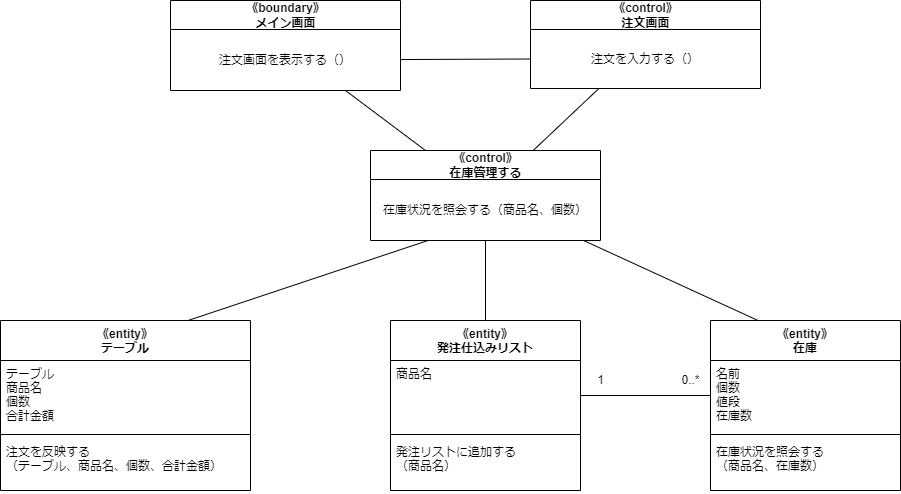
The draw.io diagram psp4/分析モデルのクラス図/分析モデルクラス図_オーダー.drawio.png in MasakiHiguchi/---, before a commit. Source tidied: cells renumbered, new cells last; positions are measured from the earlier drawing's top-left corner, leaving out a move shared by most shapes.
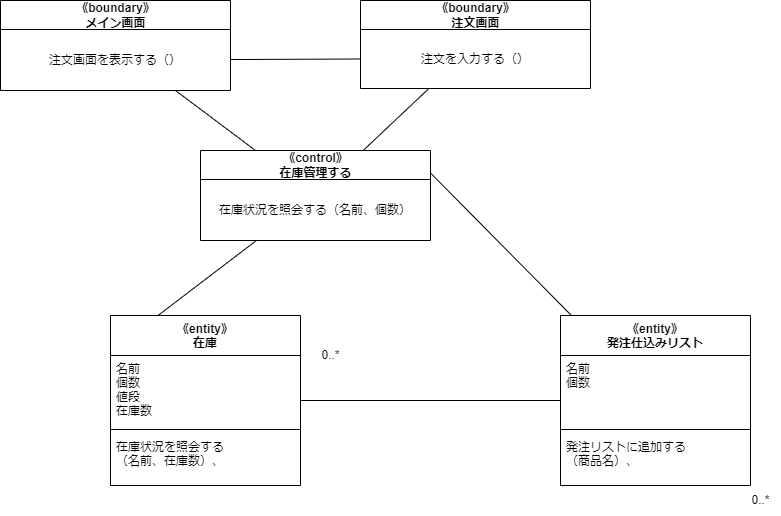
The same diagram one commit later.

What changed in the source:
```diff
@@ -2,8 +2,11 @@
   <root>
     <mxCell id="0" />
     <mxCell id="1" parent="0" />
+    <mxCell id="23" style="edgeStyle=none;html=1;entryX=0;entryY=0.5;entryDx=0;entryDy=0;endArrow=none;endFill=0;" parent="1" edge="1" source="2" target="17">
+      <mxGeometry relative="1" as="geometry" />
+    </mxCell>
     <mxCell id="2" value="《entity》&#10;在庫" style="swimlane;fontStyle=1;align=center;verticalAlign=top;horizontal=1;startSize=40;" parent="1" vertex="1">
-      <mxGeometry x="710" y="320" width="190" height="170" as="geometry" />
+      <mxGeometry x="280" y="315" width="190" height="170" as="geometry" />
     </mxCell>
     <mxCell id="3" value="名前&#10;個数&#10;値段&#10;在庫数" style="text;strokeColor=none;fillColor=none;align=left;verticalAlign=top;spacingLeft=4;spacingRight=4;overflow=hidden;points=[[0,0.5],[1,0.5]];portConstraint=eastwest;" parent="2" vertex="1">
       <mxGeometry y="40" width="190" height="70" as="geometry" />
@@ -11,16 +14,19 @@
     <mxCell id="4" style="line;strokeWidth=1;fillColor=none;align=left;verticalAlign=middle;spacingTop=-1;spacingLeft=3;spacingRight=3;labelPosition=right;strokeColor=inherit;" parent="2" vertex="1">
       <mxGeometry y="110" width="190" height="8" as="geometry" />
     </mxCell>
-    <mxCell id="5" value="在庫状況を照会する&#10;（商品名、在庫数）" style="text;strokeColor=none;fillColor=none;align=left;verticalAlign=top;spacingLeft=4;spacingRight=4;overflow=hidden;" parent="2" vertex="1">
+    <mxCell id="5" value="在庫状況を照会する&#10;（名前、在庫数）、" style="text;strokeColor=none;fillColor=none;align=left;verticalAlign=top;spacingLeft=4;spacingRight=4;overflow=hidden;" parent="2" vertex="1">
       <mxGeometry y="118" width="190" height="52" as="geometry" />
     </mxCell>
+    <mxCell id="29" value="0..*" style="text;html=1;align=center;verticalAlign=middle;strokeColor=none;fillColor=none;" parent="1" vertex="1">
+      <mxGeometry x="480" y="340" width="40" height="30" as="geometry" />
+    </mxCell>
     <mxCell id="6" style="edgeStyle=none;html=1;entryX=0.25;entryY=0;entryDx=0;entryDy=0;endArrow=none;endFill=0;" parent="1" edge="1" source="7" target="2">
       <mxGeometry relative="1" as="geometry" />
     </mxCell>
     <mxCell id="7" value="《control》&lt;br&gt;在庫管理する" style="swimlane;fontStyle=1;align=center;verticalAlign=middle;horizontal=1;startSize=29;html=1;" parent="1" vertex="1">
       <mxGeometry x="370" y="150" width="230" height="90" as="geometry" />
     </mxCell>
-    <mxCell id="8" value="在庫状況を照会する（商品名、個数）" style="text;html=1;strokeColor=none;fillColor=none;align=center;verticalAlign=middle;spacingLeft=4;spacingRight=4;overflow=hidden;points=[[0,0.5],[1,0.5]];portConstraint=eastwest;" parent="7" vertex="1">
+    <mxCell id="8" value="在庫状況を照会する（名前、個数）" style="text;html=1;strokeColor=none;fillColor=none;align=center;verticalAlign=middle;spacingLeft=4;spacingRight=4;overflow=hidden;points=[[0,0.5],[1,0.5]];portConstraint=eastwest;" parent="7" vertex="1">
       <mxGeometry y="29" width="230" height="61" as="geometry" />
     </mxCell>
     <mxCell id="9" style="edgeStyle=none;html=1;endArrow=none;endFill=0;" parent="1" edge="1" source="10" target="7">
@@ -35,7 +41,7 @@
     <mxCell id="12" style="edgeStyle=none;html=1;endArrow=none;endFill=0;" parent="1" edge="1" source="13" target="7">
       <mxGeometry relative="1" as="geometry" />
     </mxCell>
-    <mxCell id="13" value="《control》&lt;br&gt;注文画面" style="swimlane;fontStyle=1;align=center;verticalAlign=middle;horizontal=1;startSize=29;html=1;" parent="1" vertex="1">
+    <mxCell id="13" value="《boundary》&lt;br&gt;注文画面" style="swimlane;fontStyle=1;align=center;verticalAlign=middle;horizontal=1;startSize=29;html=1;" parent="1" vertex="1">
       <mxGeometry x="530" width="230" height="88" as="geometry" />
     </mxCell>
     <mxCell id="14" value="注文を入力する（）" style="text;html=1;strokeColor=none;fillColor=none;align=center;verticalAlign=middle;spacingLeft=4;spacingRight=4;overflow=hidden;points=[[0,0.5],[1,0.5]];portConstraint=eastwest;" parent="13" vertex="1">
@@ -44,44 +50,23 @@
     <mxCell id="15" style="edgeStyle=none;html=1;entryX=0;entryY=0.5;entryDx=0;entryDy=0;endArrow=none;endFill=0;" parent="1" edge="1" source="11" target="14">
       <mxGeometry relative="1" as="geometry" />
     </mxCell>
-    <mxCell id="16" style="edgeStyle=none;html=1;exitX=0.5;exitY=0;exitDx=0;exitDy=0;entryX=0.5;entryY=0.995;entryDx=0;entryDy=0;endArrow=none;endFill=0;entryPerimeter=0;" parent="1" edge="1" source="17" target="8">
+    <mxCell id="16" style="edgeStyle=none;html=1;entryX=1;entryY=0.25;entryDx=0;entryDy=0;endArrow=none;endFill=0;" parent="1" edge="1" source="17" target="7">
       <mxGeometry relative="1" as="geometry" />
     </mxCell>
     <mxCell id="17" value="《entity》&#10;発注仕込みリスト" style="swimlane;fontStyle=1;align=center;verticalAlign=top;horizontal=1;startSize=40;" parent="1" vertex="1">
-      <mxGeometry x="390" y="320" width="190" height="170" as="geometry" />
+      <mxGeometry x="730" y="315" width="190" height="170" as="geometry" />
     </mxCell>
-    <mxCell id="18" value="商品名&#10;" style="text;strokeColor=none;fillColor=none;align=left;verticalAlign=top;spacingLeft=4;spacingRight=4;overflow=hidden;points=[[0,0.5],[1,0.5]];portConstraint=eastwest;" parent="17" vertex="1">
+    <mxCell id="18" value="名前&#10;個数" style="text;strokeColor=none;fillColor=none;align=left;verticalAlign=top;spacingLeft=4;spacingRight=4;overflow=hidden;points=[[0,0.5],[1,0.5]];portConstraint=eastwest;" parent="17" vertex="1">
       <mxGeometry y="40" width="190" height="70" as="geometry" />
     </mxCell>
     <mxCell id="19" style="line;strokeWidth=1;fillColor=none;align=left;verticalAlign=middle;spacingTop=-1;spacingLeft=3;spacingRight=3;labelPosition=right;strokeColor=inherit;" parent="17" vertex="1">
       <mxGeometry y="110" width="190" height="8" as="geometry" />
     </mxCell>
-    <mxCell id="20" value="発注リストに追加する&#10;（商品名）" style="text;strokeColor=none;fillColor=none;align=left;verticalAlign=top;spacingLeft=4;spacingRight=4;overflow=hidden;" parent="17" vertex="1">
+    <mxCell id="20" value="発注リストに追加する&#10;（商品名）、" style="text;strokeColor=none;fillColor=none;align=left;verticalAlign=top;spacingLeft=4;spacingRight=4;overflow=hidden;" parent="17" vertex="1">
       <mxGeometry y="118" width="190" height="52" as="geometry" />
     </mxCell>
-    <mxCell id="21" style="edgeStyle=none;html=1;exitX=0.75;exitY=0;exitDx=0;exitDy=0;entryX=0.25;entryY=1;entryDx=0;entryDy=0;endArrow=none;endFill=0;" parent="1" edge="1" source="22" target="7">
-      <mxGeometry relative="1" as="geometry" />
-    </mxCell>
-    <mxCell id="22" value="《entity》&#10;テーブル" style="swimlane;fontStyle=1;align=center;verticalAlign=top;horizontal=1;startSize=40;" parent="1" vertex="1">
-      <mxGeometry y="320" width="250" height="170" as="geometry" />
-    </mxCell>
-    <mxCell id="23" value="テーブル&#10;商品名&#10;個数&#10;合計金額" style="text;strokeColor=none;fillColor=none;align=left;verticalAlign=top;spacingLeft=4;spacingRight=4;overflow=hidden;" parent="22" vertex="1">
-      <mxGeometry y="40" width="250" height="70" as="geometry" />
-    </mxCell>
-    <mxCell id="24" style="line;strokeWidth=1;fillColor=none;align=left;verticalAlign=middle;spacingTop=-1;spacingLeft=3;spacingRight=3;labelPosition=right;strokeColor=inherit;" parent="22" vertex="1">
-      <mxGeometry y="110" width="250" height="8" as="geometry" />
-    </mxCell>
-    <mxCell id="25" value="注文を反映する&#10;（テーブル、商品名、個数、合計金額）" style="text;strokeColor=none;fillColor=none;align=left;verticalAlign=top;spacingLeft=4;spacingRight=4;overflow=hidden;" parent="22" vertex="1">
-      <mxGeometry y="118" width="250" height="52" as="geometry" />
-    </mxCell>
-    <mxCell id="26" style="edgeStyle=none;html=1;exitX=0;exitY=0.5;exitDx=0;exitDy=0;entryX=1;entryY=0.5;entryDx=0;entryDy=0;endArrow=none;endFill=0;" parent="1" edge="1" source="3" target="18">
-      <mxGeometry relative="1" as="geometry" />
-    </mxCell>
-    <mxCell id="27" value="1" style="text;html=1;align=center;verticalAlign=middle;strokeColor=none;fillColor=none;" parent="1" vertex="1">
-      <mxGeometry x="585" y="365" width="30" height="30" as="geometry" />
-    </mxCell>
-    <mxCell id="28" value="0..*" style="text;html=1;align=center;verticalAlign=middle;strokeColor=none;fillColor=none;" parent="1" vertex="1">
-      <mxGeometry x="670" y="365" width="40" height="30" as="geometry" />
-    </mxCell>
+    <mxCell id="30" value="0..*" style="text;html=1;align=center;verticalAlign=middle;strokeColor=none;fillColor=none;" parent="1" vertex="1">
+      <mxGeometry x="910" y="485" width="40" height="30" as="geometry" />
+    </mxCell>
   </root>
 </mxGraphModel>
```
